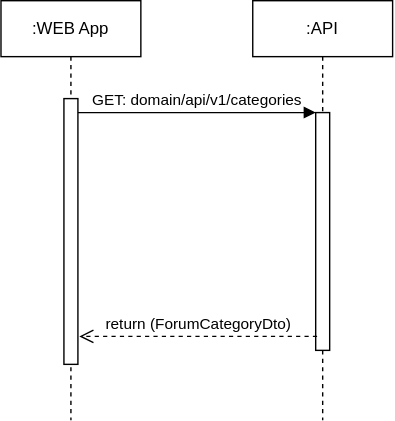
Above: image/systemdiagram_sequenzdiagram/GetAllCategories.svg in StudyConnect-ZHAW/StudyConnect (draw.io), before the change. Source tidied: cells renumbered, new cells last; positions are measured from the earlier drawing's top-left corner, leaving out a move shared by most shapes.
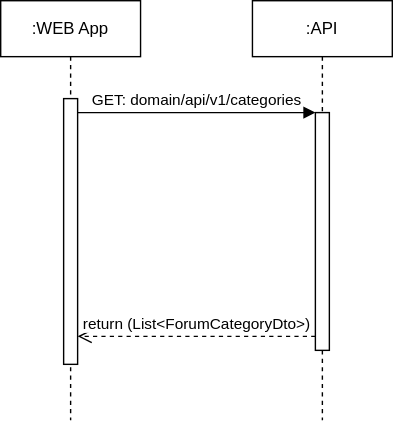
The same file after the commit.

Commit message:
chore: adjusted diagramm

Change to the diagram source:
```diff
@@ -21,12 +21,10 @@
         </Array>
       </mxGeometry>
     </mxCell>
-    <mxCell id="7" value="return (ForumCategoryDto)" style="html=1;verticalAlign=bottom;endArrow=open;dashed=1;endSize=8;edgeStyle=elbowEdgeStyle;elbow=vertical;curved=0;rounded=0;" parent="1" edge="1">
+    <mxCell id="7" value="return (List&amp;lt;ForumCategoryDto&amp;gt;)" style="html=1;verticalAlign=bottom;endArrow=open;dashed=1;endSize=8;edgeStyle=elbowEdgeStyle;elbow=vertical;curved=0;rounded=0;" parent="1" edge="1" source="5" target="3">
       <mxGeometry relative="1" as="geometry">
-        <mxPoint x="226" y="240" as="sourcePoint" />
-        <mxPoint x="56" y="240" as="targetPoint" />
         <Array as="points">
-          <mxPoint x="151" y="240" />
+          <mxPoint x="150" y="240" />
         </Array>
       </mxGeometry>
     </mxCell>
```
